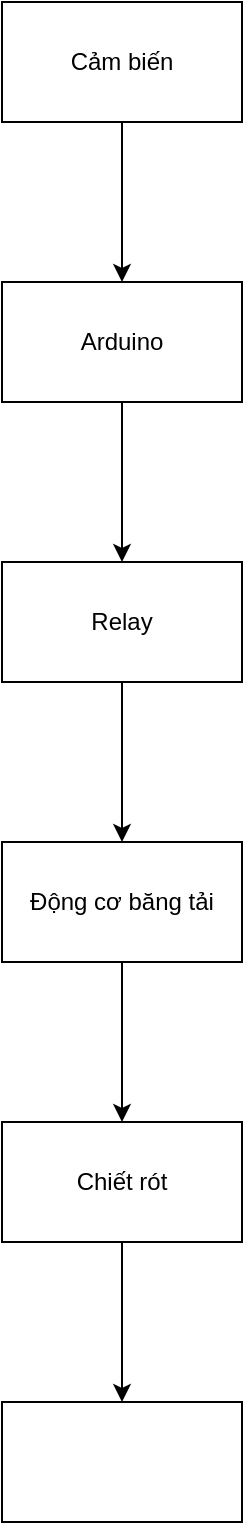
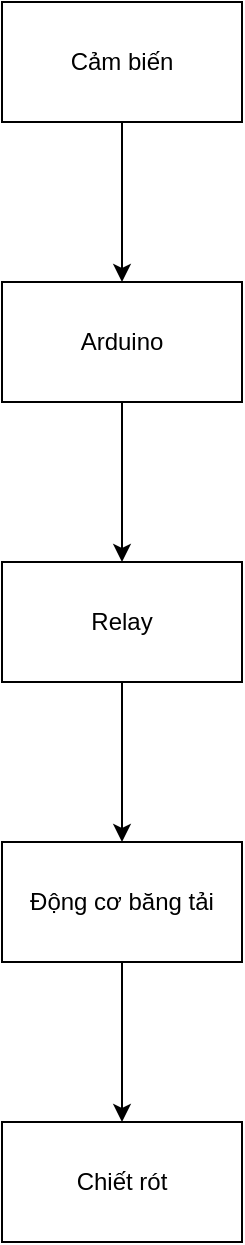
<mxfile host="app.diagrams.net">
  <diagram name="Trang-1" id="9SenhETPhg4WQxfGtNG_">
    <mxGraphModel dx="1201" dy="764" grid="1" gridSize="10" guides="1" tooltips="1" connect="1" arrows="1" fold="1" page="1" pageScale="1" pageWidth="827" pageHeight="1169" math="0" shadow="0">
      <root>
        <mxCell id="0" />
        <mxCell id="1" parent="0" />
        <mxCell id="sXHR1zcSd-XGqV7WCkEH-5" edge="1" parent="1" source="sXHR1zcSd-XGqV7WCkEH-1" style="edgeStyle=orthogonalEdgeStyle;rounded=0;orthogonalLoop=1;jettySize=auto;html=1;" target="sXHR1zcSd-XGqV7WCkEH-4" value="">
          <mxGeometry relative="1" as="geometry" />
        </mxCell>
        <mxCell id="sXHR1zcSd-XGqV7WCkEH-1" parent="1" style="rounded=0;whiteSpace=wrap;html=1;" value="Cảm biến" vertex="1">
          <mxGeometry height="60" width="120" x="354" y="170" as="geometry" />
        </mxCell>
        <mxCell id="sXHR1zcSd-XGqV7WCkEH-7" edge="1" parent="1" source="sXHR1zcSd-XGqV7WCkEH-4" style="edgeStyle=orthogonalEdgeStyle;rounded=0;orthogonalLoop=1;jettySize=auto;html=1;" target="sXHR1zcSd-XGqV7WCkEH-6" value="">
          <mxGeometry relative="1" as="geometry" />
        </mxCell>
        <mxCell id="sXHR1zcSd-XGqV7WCkEH-4" parent="1" style="whiteSpace=wrap;html=1;rounded=0;" value="Arduino" vertex="1">
          <mxGeometry height="60" width="120" x="354" y="310" as="geometry" />
        </mxCell>
        <mxCell id="sXHR1zcSd-XGqV7WCkEH-9" edge="1" parent="1" source="sXHR1zcSd-XGqV7WCkEH-6" style="edgeStyle=orthogonalEdgeStyle;rounded=0;orthogonalLoop=1;jettySize=auto;html=1;" target="sXHR1zcSd-XGqV7WCkEH-8" value="">
          <mxGeometry relative="1" as="geometry" />
        </mxCell>
        <mxCell id="sXHR1zcSd-XGqV7WCkEH-6" parent="1" style="whiteSpace=wrap;html=1;rounded=0;" value="Relay" vertex="1">
          <mxGeometry height="60" width="120" x="354" y="450" as="geometry" />
        </mxCell>
        <mxCell id="sXHR1zcSd-XGqV7WCkEH-11" edge="1" parent="1" source="sXHR1zcSd-XGqV7WCkEH-8" style="edgeStyle=orthogonalEdgeStyle;rounded=0;orthogonalLoop=1;jettySize=auto;html=1;" target="sXHR1zcSd-XGqV7WCkEH-10" value="">
          <mxGeometry relative="1" as="geometry" />
        </mxCell>
        <mxCell id="sXHR1zcSd-XGqV7WCkEH-8" parent="1" style="whiteSpace=wrap;html=1;rounded=0;" value="Động cơ băng tải" vertex="1">
          <mxGeometry height="60" width="120" x="354" y="590" as="geometry" />
        </mxCell>
-         <mxCell id="sXHR1zcSd-XGqV7WCkEH-13" edge="1" parent="1" source="sXHR1zcSd-XGqV7WCkEH-10" style="edgeStyle=orthogonalEdgeStyle;rounded=0;orthogonalLoop=1;jettySize=auto;html=1;" target="sXHR1zcSd-XGqV7WCkEH-12" value="">
-           <mxGeometry relative="1" as="geometry" />
-         </mxCell>
        <mxCell id="sXHR1zcSd-XGqV7WCkEH-10" parent="1" style="whiteSpace=wrap;html=1;rounded=0;" value="Chiết rót" vertex="1">
          <mxGeometry height="60" width="120" x="354" y="730" as="geometry" />
-         </mxCell>
-         <mxCell id="sXHR1zcSd-XGqV7WCkEH-12" parent="1" style="whiteSpace=wrap;html=1;rounded=0;" value="" vertex="1">
-           <mxGeometry height="60" width="120" x="354" y="870" as="geometry" />
        </mxCell>
      </root>
    </mxGraphModel>
  </diagram>
</mxfile>
